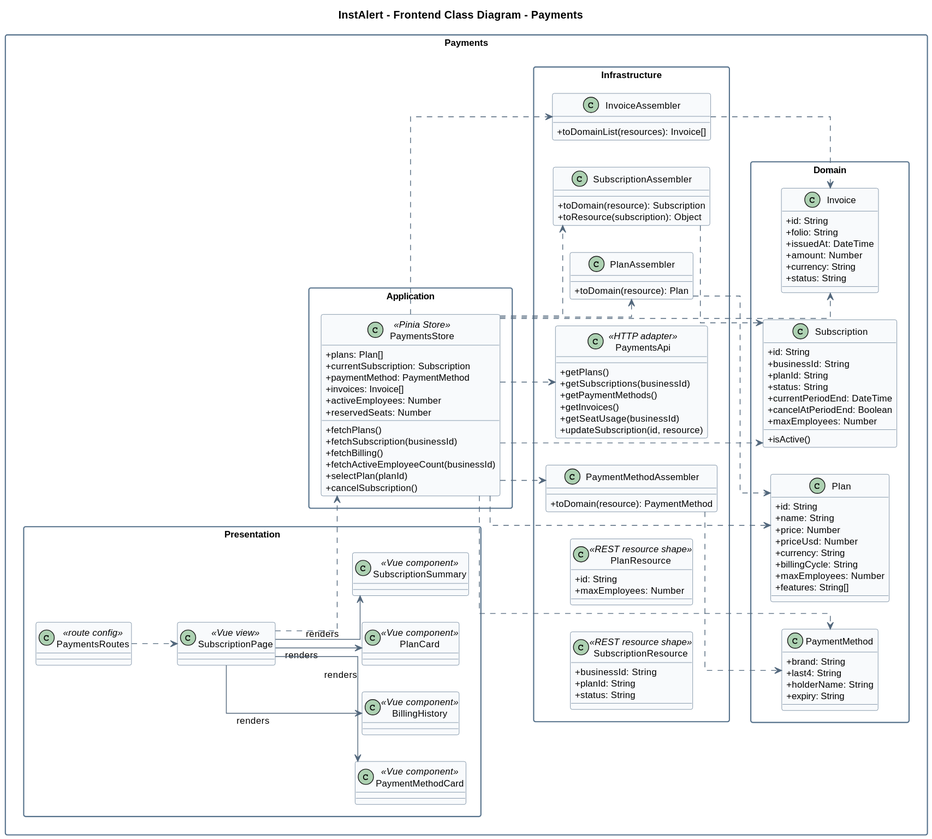
LosIncreiblesCorp/losIncreibles-project-report keeps this PlantUML diagram as assets/Chapter4/class-diagrams/payments.svg. Above is the earlier version.
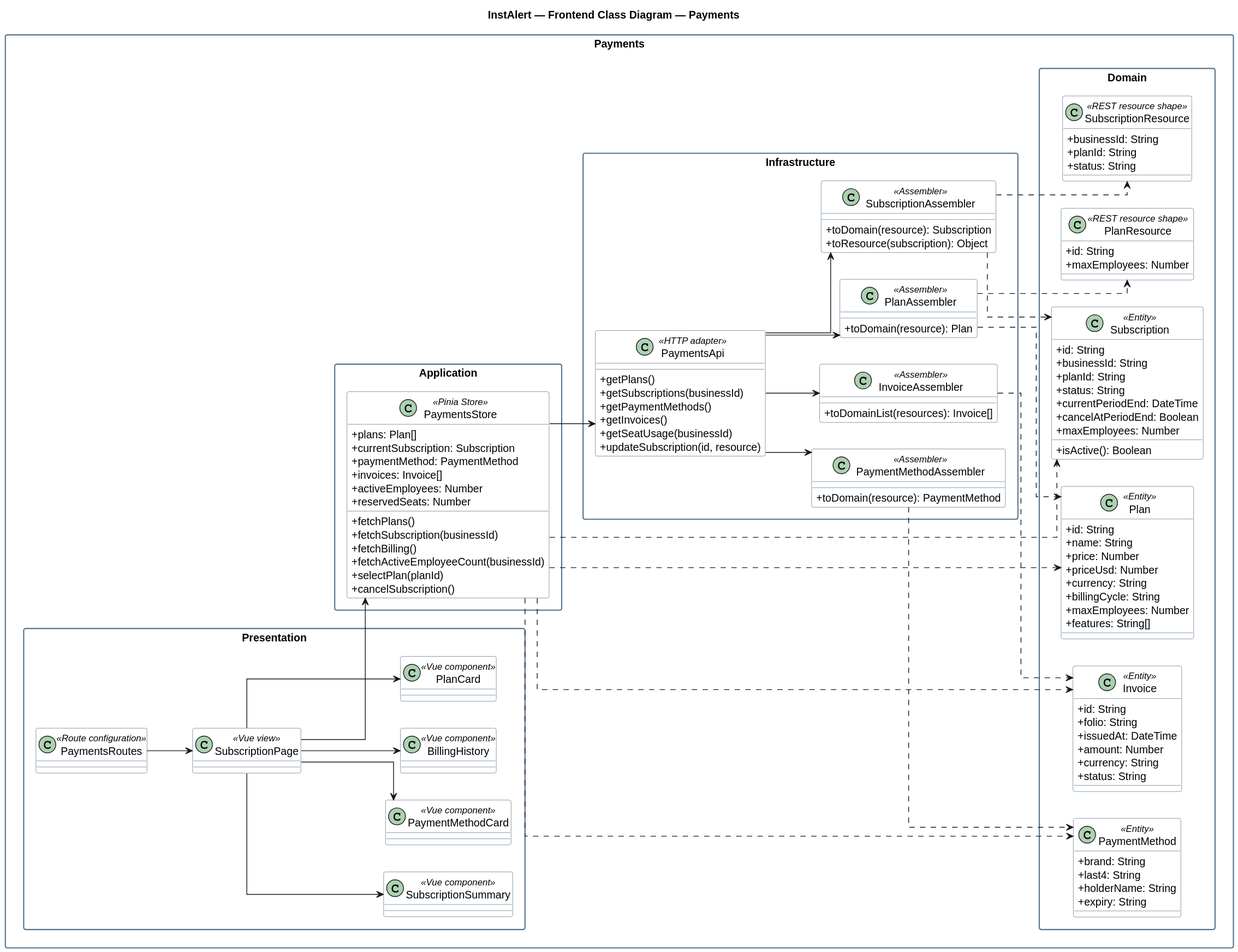
Later version of the same file.

The edit, as a diff of the source:
```diff
@@ -1,21 +1,17 @@
 @startuml
-title InstAlert - Frontend Class Diagram - Payments
-
+title InstAlert — Frontend Class Diagram — Payments
 left to right direction
 skinparam packageStyle rectangle
+skinparam shadowing false
 skinparam classAttributeIconSize 0
-skinparam shadowing false
 skinparam linetype ortho
-skinparam defaultFontSize 12
 skinparam packageBorderColor #55718B
-skinparam classBorderColor #58728B
-skinparam ArrowColor #52677C
-skinparam packageBackgroundColor #FFFFFF
-skinparam classBackgroundColor #F8FAFC
+skinparam classBorderColor #55718B
+skinparam classBackgroundColor #FFFFFF
 
-package "Payments" as paymentsContext {
-  package "Domain" as paymentsDomain {
-    class "Plan" as plan {
+package "Payments" {
+  package "Domain" {
+    class Plan <<Entity>> {
       +id: String
       +name: String
       +price: Number
@@ -25,7 +21,7 @@
       +maxEmployees: Number
       +features: String[]
     }
-    class "Subscription" as subscription {
+    class Subscription <<Entity>> {
       +id: String
       +businessId: String
       +planId: String
@@ -33,15 +29,15 @@
       +currentPeriodEnd: DateTime
       +cancelAtPeriodEnd: Boolean
       +maxEmployees: Number
-      +isActive()
+      +isActive(): Boolean
     }
-    class "PaymentMethod" as paymentMethod {
+    class PaymentMethod <<Entity>> {
       +brand: String
       +last4: String
       +holderName: String
       +expiry: String
     }
-    class "Invoice" as invoice {
+    class Invoice <<Entity>> {
       +id: String
       +folio: String
       +issuedAt: DateTime
@@ -49,9 +45,19 @@
       +currency: String
       +status: String
     }
+    class PlanResource <<REST resource shape>> {
+      +id: String
+      +maxEmployees: Number
+    }
+    class SubscriptionResource <<REST resource shape>> {
+      +businessId: String
+      +planId: String
+      +status: String
+    }
   }
-  package "Application" as paymentsApplication {
-    class "PaymentsStore" as paymentsStore <<Pinia Store>> {
+
+  package "Application" {
+    class PaymentsStore <<Pinia Store>> {
       +plans: Plan[]
       +currentSubscription: Subscription
       +paymentMethod: PaymentMethod
@@ -66,8 +72,9 @@
       +cancelSubscription()
     }
   }
-  package "Infrastructure" as paymentsInfrastructure {
-    class "PaymentsApi" as paymentsApi <<HTTP adapter>> {
+
+  package "Infrastructure" {
+    class PaymentsApi <<HTTP adapter>> {
       +getPlans()
       +getSubscriptions(businessId)
       +getPaymentMethods()
@@ -75,55 +82,50 @@
       +getSeatUsage(businessId)
       +updateSubscription(id, resource)
     }
-    class "PlanAssembler" as planAssembler {
+    class PlanAssembler <<Assembler>> {
       +toDomain(resource): Plan
     }
-    class "SubscriptionAssembler" as subscriptionAssembler {
+    class SubscriptionAssembler <<Assembler>> {
       +toDomain(resource): Subscription
       +toResource(subscription): Object
     }
-    class "PaymentMethodAssembler" as paymentMethodAssembler {
+    class PaymentMethodAssembler <<Assembler>> {
       +toDomain(resource): PaymentMethod
     }
-    class "InvoiceAssembler" as invoiceAssembler {
+    class InvoiceAssembler <<Assembler>> {
       +toDomainList(resources): Invoice[]
     }
-    class "PlanResource" as planResource <<REST resource shape>> {
-      +id: String
-      +maxEmployees: Number
-    }
-    class "SubscriptionResource" as subscriptionResource <<REST resource shape>> {
-      +businessId: String
-      +planId: String
-      +status: String
-    }
   }
-  package "Presentation" as paymentsPresentation {
-    class "PaymentsRoutes" as paymentsRoutes <<route config>>
-    class "SubscriptionPage" as subscriptionPage <<Vue view>>
-    class "PlanCard" as planCard <<Vue component>>
-    class "SubscriptionSummary" as subscriptionSummary <<Vue component>>
-    class "PaymentMethodCard" as paymentMethodCard <<Vue component>>
-    class "BillingHistory" as billingHistory <<Vue component>>
+
+  package "Presentation" {
+    class PaymentsRoutes <<Route configuration>>
+    class SubscriptionPage <<Vue view>>
+    class PlanCard <<Vue component>>
+    class SubscriptionSummary <<Vue component>>
+    class PaymentMethodCard <<Vue component>>
+    class BillingHistory <<Vue component>>
   }
 }
-paymentsRoutes ..> subscriptionPage
-subscriptionPage ..> paymentsStore
-subscriptionPage --> planCard : renders
-subscriptionPage --> subscriptionSummary : renders
-subscriptionPage --> paymentMethodCard : renders
-subscriptionPage --> billingHistory : renders
-paymentsStore ..> paymentsApi
-paymentsStore ..> planAssembler
-paymentsStore ..> subscriptionAssembler
-paymentsStore ..> paymentMethodAssembler
-paymentsStore ..> invoiceAssembler
-paymentsStore ..> plan
-paymentsStore ..> subscription
-paymentsStore ..> paymentMethod
-paymentsStore ..> invoice
-planAssembler ..> plan
-subscriptionAssembler ..> subscription
-paymentMethodAssembler ..> paymentMethod
-invoiceAssembler ..> invoice
+
+PaymentsStore --> PaymentsApi
+PaymentsStore ..> Plan
+PaymentsStore ..> Subscription
+PaymentsStore ..> PaymentMethod
+PaymentsStore ..> Invoice
+PaymentsApi --> PlanAssembler
+PaymentsApi --> SubscriptionAssembler
+PaymentsApi --> PaymentMethodAssembler
+PaymentsApi --> InvoiceAssembler
+PlanAssembler ..> Plan
+SubscriptionAssembler ..> Subscription
+PaymentMethodAssembler ..> PaymentMethod
+InvoiceAssembler ..> Invoice
+PlanAssembler ..> PlanResource
+SubscriptionAssembler ..> SubscriptionResource
+PaymentsRoutes --> SubscriptionPage
+SubscriptionPage --> PaymentsStore
+SubscriptionPage --> PlanCard
+SubscriptionPage --> SubscriptionSummary
+SubscriptionPage --> PaymentMethodCard
+SubscriptionPage --> BillingHistory
 @enduml
```
